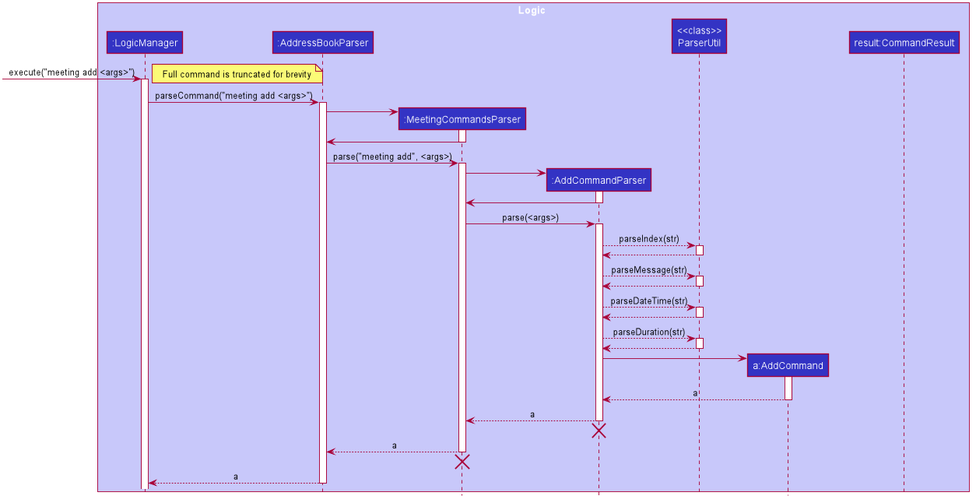
Above: docs/images/MeetingAddSequenceDiagram.png in sebastiantoh/tp (PlantUML), before the change.
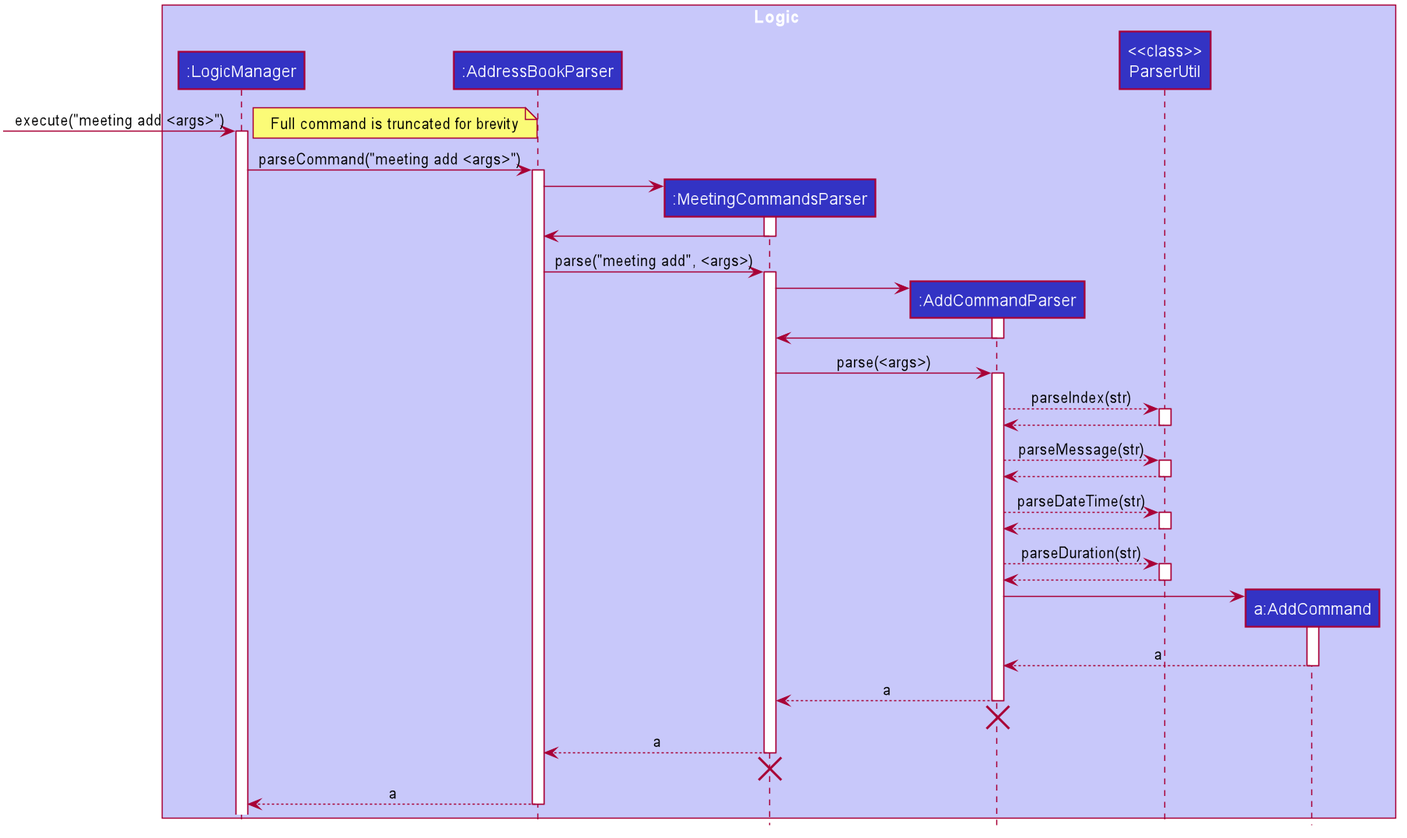
The same diagram one commit later.

Change to the diagram source:
```diff
@@ -57,7 +57,6 @@
 participant ":AddCommandParser" as AddCommandParser #3333C4
 participant "<<class>>\nParserUtil" as ParserUtil #3333C4
 participant "a:AddCommand" as AddCommand #3333C4
-participant "result:CommandResult" as CommandResult #3333C4
 end box
 
 [-> LogicManager : execute("meeting add <args>")
```
